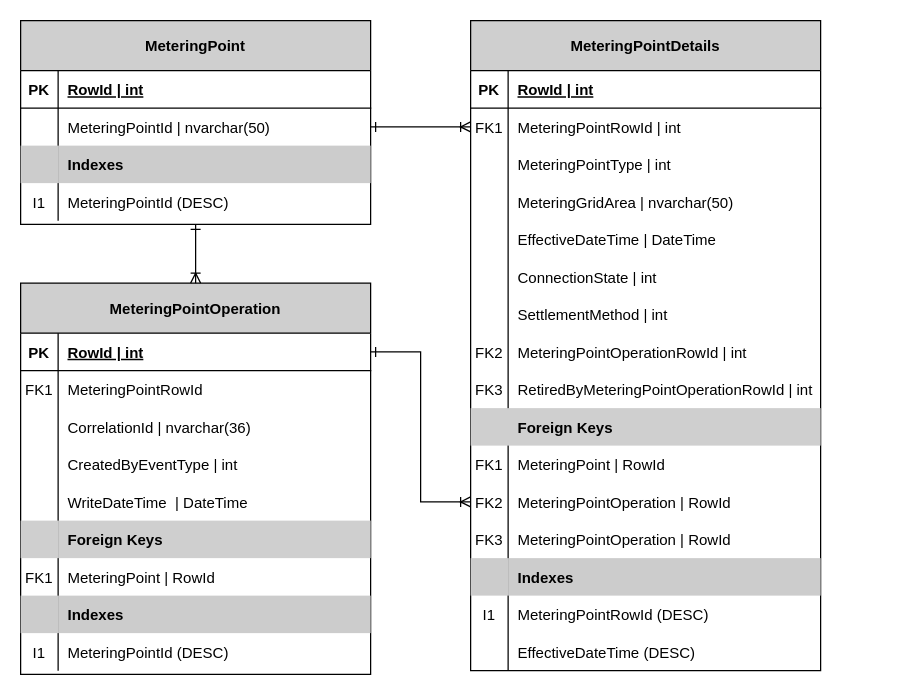
This is docs/data-models/MeteringPointDataModel.drawio from Energinet-DataHub/ARCHIVED-geh-charges, a draw.io file, before an edit. Source tidied: cells renumbered, new cells numbered last; positions are measured from the earlier drawing's top-left corner, leaving out a move shared by most shapes. Both pictures are drawn from the tidied source at 125%, with x=0, y=0 at pixel (20, 20).
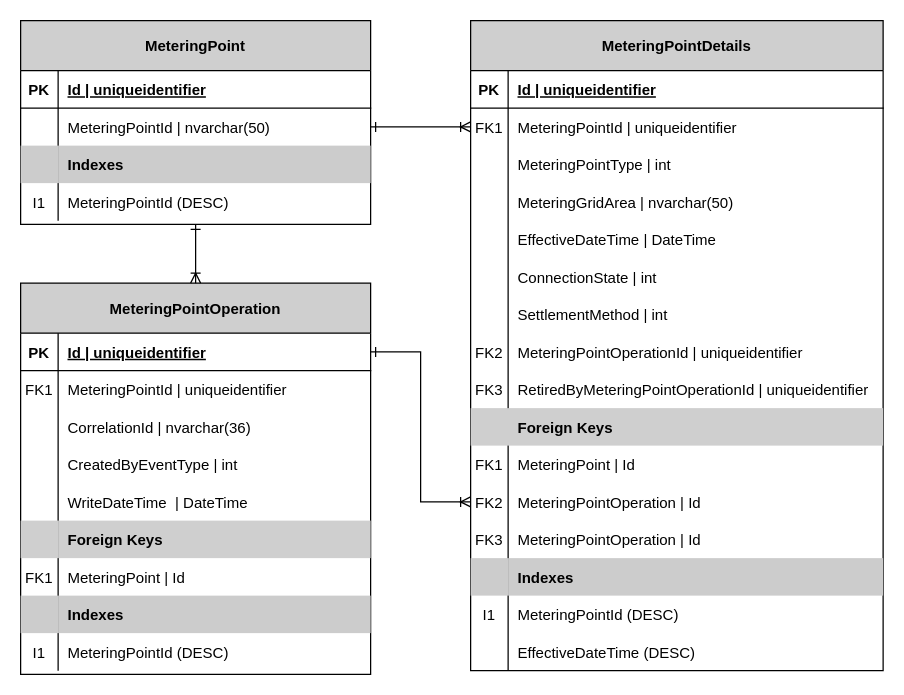
Above is the later version.

Commit message (it also covers changes not shown here):
Removed rowIds and changed int to uniqueidentifier

The change refers to these unchanged cells:
```xml
<mxCell id="3" style="shape=partialRectangle;fillColor=none;top=0;left=0;bottom=1;right=0;" parent="2" vertex="1">
  <mxGeometry y="40" width="280" height="30" as="geometry" />
</mxCell>
<mxCell id="67" style="shape=partialRectangle;fillColor=none;top=0;left=0;bottom=1;right=0;points=[[0,0.5],[1,0.5]];portConstraint=eastwest;" parent="66" vertex="1">
  <mxGeometry y="40" width="280" height="30" as="geometry" />
</mxCell>
<mxCell id="70" style="shape=partialRectangle;fillColor=none;top=0;left=0;bottom=0;right=0;" parent="66" vertex="1">
  <mxGeometry y="70" width="280" height="30" as="geometry" />
</mxCell>
<mxCell id="85" style="shape=partialRectangle;fillColor=none;top=0;left=0;bottom=0;right=0;" parent="66" vertex="1">
  <mxGeometry y="220" width="280" height="30" as="geometry" />
</mxCell>
```

Diff of the diagram source:
```diff
@@
-    <mxCell id="5" value="RowId | int" style="shape=partialRectangle;fillColor=none;top=0;left=0;bottom=0;right=0;align=left;spacingLeft=6;fontStyle=5;overflow=hidden;" parent="3" vertex="1">
+    <mxCell id="5" value="Id | uniqueidentifier" style="shape=partialRectangle;fillColor=none;top=0;left=0;bottom=0;right=0;align=left;spacingLeft=6;fontStyle=5;overflow=hidden;" parent="3" vertex="1">
       <mxGeometry x="30" width="250" height="30" as="geometry" />
     </mxCell>
@@
     <mxCell id="15" value="MeteringPointDetails" style="shape=table;startSize=40;childLayout=tableLayout;rowLines=0;fontStyle=1;align=center;fillColor=#CFCFCF;" parent="1" vertex="1">
-      <mxGeometry x="360" width="280" height="520" as="geometry" />
+      <mxGeometry x="360" width="330" height="520" as="geometry" />
     </mxCell>
     <mxCell id="16" style="shape=partialRectangle;fillColor=none;top=0;left=0;bottom=1;right=0;" parent="15" vertex="1">
-      <mxGeometry y="40" width="280" height="30" as="geometry" />
+      <mxGeometry y="40" width="330" height="30" as="geometry" />
     </mxCell>
@@
-    <mxCell id="18" value="RowId | int" style="shape=partialRectangle;fillColor=none;top=0;left=0;bottom=0;right=0;align=left;spacingLeft=6;fontStyle=5;overflow=hidden;" parent="16" vertex="1">
-      <mxGeometry x="30" width="250" height="30" as="geometry" />
+    <mxCell id="18" value="Id | uniqueidentifier" style="shape=partialRectangle;fillColor=none;top=0;left=0;bottom=0;right=0;align=left;spacingLeft=6;fontStyle=5;overflow=hidden;" parent="16" vertex="1">
+      <mxGeometry x="30" width="300" height="30" as="geometry" />
     </mxCell>
     <mxCell id="19" style="shape=partialRectangle;fillColor=none;top=0;left=0;bottom=0;right=0;points=[[0,0.5],[1,0.5]];portConstraint=eastwest;" parent="15" vertex="1">
-      <mxGeometry y="70" width="280" height="30" as="geometry" />
+      <mxGeometry y="70" width="330" height="30" as="geometry" />
     </mxCell>
@@
-    <mxCell id="21" value="MeteringPointRowId | int" style="shape=partialRectangle;fillColor=none;top=0;left=0;bottom=0;right=0;align=left;spacingLeft=6;overflow=hidden;" parent="19" vertex="1">
-      <mxGeometry x="30" width="250" height="30" as="geometry" />
+    <mxCell id="21" value="MeteringPointId | uniqueidentifier" style="shape=partialRectangle;fillColor=none;top=0;left=0;bottom=0;right=0;align=left;spacingLeft=6;overflow=hidden;" parent="19" vertex="1">
+      <mxGeometry x="30" width="300" height="30" as="geometry" />
     </mxCell>
     <mxCell id="22" style="shape=partialRectangle;fillColor=none;top=0;left=0;bottom=0;right=0;" parent="15" vertex="1">
-      <mxGeometry y="100" width="280" height="30" as="geometry" />
+      <mxGeometry y="100" width="330" height="30" as="geometry" />
     </mxCell>
@@
     <mxCell id="24" value="MeteringPointType | int" style="shape=partialRectangle;fillColor=none;top=0;left=0;bottom=0;right=0;align=left;spacingLeft=6;overflow=hidden;" parent="22" vertex="1">
-      <mxGeometry x="30" width="250" height="30" as="geometry" />
+      <mxGeometry x="30" width="300" height="30" as="geometry" />
     </mxCell>
     <mxCell id="25" style="shape=partialRectangle;fillColor=none;top=0;left=0;bottom=0;right=0;" parent="15" vertex="1">
-      <mxGeometry y="130" width="280" height="30" as="geometry" />
+      <mxGeometry y="130" width="330" height="30" as="geometry" />
     </mxCell>
@@
     <mxCell id="27" value="MeteringGridArea | nvarchar(50)" style="shape=partialRectangle;fillColor=none;top=0;left=0;bottom=0;right=0;align=left;spacingLeft=6;overflow=hidden;" parent="25" vertex="1">
-      <mxGeometry x="30" width="250" height="30" as="geometry" />
+      <mxGeometry x="30" width="300" height="30" as="geometry" />
     </mxCell>
     <mxCell id="28" style="shape=partialRectangle;fillColor=none;top=0;left=0;bottom=0;right=0;" parent="15" vertex="1">
-      <mxGeometry y="160" width="280" height="30" as="geometry" />
+      <mxGeometry y="160" width="330" height="30" as="geometry" />
     </mxCell>
@@
     <mxCell id="30" value="EffectiveDateTime | DateTime" style="shape=partialRectangle;fillColor=none;top=0;left=0;bottom=0;right=0;align=left;spacingLeft=6;overflow=hidden;fontStyle=0;" parent="28" vertex="1">
-      <mxGeometry x="30" width="250" height="30" as="geometry" />
+      <mxGeometry x="30" width="300" height="30" as="geometry" />
     </mxCell>
     <mxCell id="31" style="shape=partialRectangle;fillColor=none;top=0;left=0;bottom=0;right=0;" parent="15" vertex="1">
-      <mxGeometry y="190" width="280" height="30" as="geometry" />
+      <mxGeometry y="190" width="330" height="30" as="geometry" />
     </mxCell>
@@
     <mxCell id="33" value="ConnectionState | int" style="shape=partialRectangle;fillColor=none;top=0;left=0;bottom=0;right=0;align=left;spacingLeft=6;overflow=hidden;" parent="31" vertex="1">
-      <mxGeometry x="30" width="250" height="30" as="geometry" />
+      <mxGeometry x="30" width="300" height="30" as="geometry" />
     </mxCell>
     <mxCell id="34" style="shape=partialRectangle;fillColor=none;top=0;left=0;bottom=0;right=0;" parent="15" vertex="1">
-      <mxGeometry y="220" width="280" height="30" as="geometry" />
+      <mxGeometry y="220" width="330" height="30" as="geometry" />
     </mxCell>
@@
     <mxCell id="36" value="SettlementMethod | int" style="shape=partialRectangle;fillColor=none;top=0;left=0;bottom=0;right=0;align=left;spacingLeft=6;overflow=hidden;" parent="34" vertex="1">
-      <mxGeometry x="30" width="250" height="30" as="geometry" />
+      <mxGeometry x="30" width="300" height="30" as="geometry" />
     </mxCell>
     <mxCell id="37" style="shape=partialRectangle;fillColor=none;top=0;left=0;bottom=0;right=0;" parent="15" vertex="1">
-      <mxGeometry y="250" width="280" height="30" as="geometry" />
+      <mxGeometry y="250" width="330" height="30" as="geometry" />
     </mxCell>
@@
-    <mxCell id="39" value="MeteringPointOperationRowId | int" style="shape=partialRectangle;fillColor=none;top=0;left=0;bottom=0;right=0;align=left;spacingLeft=6;overflow=hidden;" parent="37" vertex="1">
-      <mxGeometry x="30" width="250" height="30" as="geometry" />
+    <mxCell id="39" value="MeteringPointOperationId | uniqueidentifier" style="shape=partialRectangle;fillColor=none;top=0;left=0;bottom=0;right=0;align=left;spacingLeft=6;overflow=hidden;" parent="37" vertex="1">
+      <mxGeometry x="30" width="300" height="30" as="geometry" />
     </mxCell>
     <mxCell id="40" style="shape=partialRectangle;fillColor=none;top=0;left=0;bottom=0;right=0;" parent="15" vertex="1">
-      <mxGeometry y="280" width="280" height="30" as="geometry" />
+      <mxGeometry y="280" width="330" height="30" as="geometry" />
     </mxCell>
@@
-    <mxCell id="42" value="RetiredByMeteringPointOperationRowId | int" style="shape=partialRectangle;fillColor=none;top=0;left=0;bottom=0;right=0;align=left;spacingLeft=6;overflow=hidden;" parent="40" vertex="1">
-      <mxGeometry x="30" width="250" height="30" as="geometry" />
+    <mxCell id="42" value="RetiredByMeteringPointOperationId | uniqueidentifier" style="shape=partialRectangle;fillColor=none;top=0;left=0;bottom=0;right=0;align=left;spacingLeft=6;overflow=hidden;" parent="40" vertex="1">
+      <mxGeometry x="30" width="300" height="30" as="geometry" />
     </mxCell>
     <mxCell id="43" style="shape=partialRectangle;top=0;left=0;bottom=0;right=0;strokeColor=#666666;fontColor=#333333;fillColor=#CFCFCF;" parent="15" vertex="1">
-      <mxGeometry y="310" width="280" height="30" as="geometry" />
+      <mxGeometry y="310" width="330" height="30" as="geometry" />
     </mxCell>
@@
     <mxCell id="45" value="Foreign Keys" style="shape=partialRectangle;fillColor=none;top=0;left=0;bottom=0;right=0;align=left;spacingLeft=6;overflow=hidden;fontStyle=1;" parent="43" vertex="1">
-      <mxGeometry x="30" width="250" height="30" as="geometry" />
+      <mxGeometry x="30" width="300" height="30" as="geometry" />
     </mxCell>
     <mxCell id="46" style="shape=partialRectangle;fillColor=none;top=0;left=0;bottom=0;right=0;" parent="15" vertex="1">
-      <mxGeometry y="340" width="280" height="30" as="geometry" />
+      <mxGeometry y="340" width="330" height="30" as="geometry" />
     </mxCell>
@@
-    <mxCell id="48" value="MeteringPoint | RowId" style="shape=partialRectangle;fillColor=none;top=0;left=0;bottom=0;right=0;align=left;spacingLeft=6;overflow=hidden;" parent="46" vertex="1">
-      <mxGeometry x="30" width="250" height="30" as="geometry" />
+    <mxCell id="48" value="MeteringPoint | Id" style="shape=partialRectangle;fillColor=none;top=0;left=0;bottom=0;right=0;align=left;spacingLeft=6;overflow=hidden;" parent="46" vertex="1">
+      <mxGeometry x="30" width="300" height="30" as="geometry" />
     </mxCell>
     <mxCell id="49" style="shape=partialRectangle;fillColor=none;top=0;left=0;bottom=0;right=0;points=[[0,0.5],[1,0.5]];portConstraint=eastwest;" parent="15" vertex="1">
-      <mxGeometry y="370" width="280" height="30" as="geometry" />
+      <mxGeometry y="370" width="330" height="30" as="geometry" />
     </mxCell>
@@
-    <mxCell id="51" value="MeteringPointOperation | RowId" style="shape=partialRectangle;fillColor=none;top=0;left=0;bottom=0;right=0;align=left;spacingLeft=6;overflow=hidden;" parent="49" vertex="1">
-      <mxGeometry x="30" width="250" height="30" as="geometry" />
+    <mxCell id="51" value="MeteringPointOperation | Id" style="shape=partialRectangle;fillColor=none;top=0;left=0;bottom=0;right=0;align=left;spacingLeft=6;overflow=hidden;" parent="49" vertex="1">
+      <mxGeometry x="30" width="300" height="30" as="geometry" />
     </mxCell>
     <mxCell id="52" style="shape=partialRectangle;fillColor=none;top=0;left=0;bottom=0;right=0;" parent="15" vertex="1">
-      <mxGeometry y="400" width="280" height="30" as="geometry" />
+      <mxGeometry y="400" width="330" height="30" as="geometry" />
     </mxCell>
@@
-    <mxCell id="54" value="MeteringPointOperation | RowId" style="shape=partialRectangle;fillColor=none;top=0;left=0;bottom=0;right=0;align=left;spacingLeft=6;overflow=hidden;" parent="52" vertex="1">
-      <mxGeometry x="30" width="250" height="30" as="geometry" />
+    <mxCell id="54" value="MeteringPointOperation | Id" style="shape=partialRectangle;fillColor=none;top=0;left=0;bottom=0;right=0;align=left;spacingLeft=6;overflow=hidden;" parent="52" vertex="1">
+      <mxGeometry x="30" width="300" height="30" as="geometry" />
     </mxCell>
     <mxCell id="55" style="shape=partialRectangle;top=0;left=0;bottom=0;right=0;strokeColor=#d6b656;fillColor=none;" parent="15" vertex="1">
-      <mxGeometry y="430" width="280" height="30" as="geometry" />
+      <mxGeometry y="430" width="330" height="30" as="geometry" />
     </mxCell>
@@
     <mxCell id="57" value="Indexes" style="shape=partialRectangle;top=0;left=0;bottom=0;right=0;align=left;spacingLeft=6;overflow=hidden;fillColor=#CCCCCC;fontStyle=1;" parent="55" vertex="1">
-      <mxGeometry x="30" width="250" height="30" as="geometry" />
+      <mxGeometry x="30" width="300" height="30" as="geometry" />
     </mxCell>
     <mxCell id="58" style="shape=partialRectangle;fillColor=none;top=0;left=0;bottom=0;right=0;" parent="15" vertex="1">
-      <mxGeometry y="460" width="280" height="30" as="geometry" />
+      <mxGeometry y="460" width="330" height="30" as="geometry" />
     </mxCell>
@@
-    <mxCell id="60" value="MeteringPointRowId (DESC)" style="shape=partialRectangle;fillColor=none;top=0;left=0;bottom=0;right=0;align=left;spacingLeft=6;overflow=hidden;" parent="58" vertex="1">
-      <mxGeometry x="30" width="250" height="30" as="geometry" />
+    <mxCell id="60" value="MeteringPointId (DESC)" style="shape=partialRectangle;fillColor=none;top=0;left=0;bottom=0;right=0;align=left;spacingLeft=6;overflow=hidden;" parent="58" vertex="1">
+      <mxGeometry x="30" width="300" height="30" as="geometry" />
     </mxCell>
     <mxCell id="61" style="shape=partialRectangle;fillColor=none;top=0;left=0;bottom=0;right=0;" parent="15" vertex="1">
-      <mxGeometry y="490" width="280" height="30" as="geometry" />
+      <mxGeometry y="490" width="330" height="30" as="geometry" />
     </mxCell>
@@
     <mxCell id="63" value="EffectiveDateTime (DESC)" style="shape=partialRectangle;fillColor=none;top=0;left=0;bottom=0;right=0;align=left;spacingLeft=6;overflow=hidden;" parent="61" vertex="1">
-      <mxGeometry x="30" width="250" height="30" as="geometry" />
+      <mxGeometry x="30" width="300" height="30" as="geometry" />
     </mxCell>
@@
-    <mxCell id="69" value="RowId | int" style="shape=partialRectangle;fillColor=none;top=0;left=0;bottom=0;right=0;align=left;spacingLeft=6;fontStyle=5;overflow=hidden;" parent="67" vertex="1">
+    <mxCell id="69" value="Id | uniqueidentifier" style="shape=partialRectangle;fillColor=none;top=0;left=0;bottom=0;right=0;align=left;spacingLeft=6;fontStyle=5;overflow=hidden;" parent="67" vertex="1">
       <mxGeometry x="30" width="250" height="30" as="geometry" />
     </mxCell>
@@
-    <mxCell id="72" value="MeteringPointRowId" style="shape=partialRectangle;fillColor=none;top=0;left=0;bottom=0;right=0;align=left;spacingLeft=6;overflow=hidden;" parent="70" vertex="1">
+    <mxCell id="72" value="MeteringPointId | uniqueidentifier" style="shape=partialRectangle;fillColor=none;top=0;left=0;bottom=0;right=0;align=left;spacingLeft=6;overflow=hidden;" parent="70" vertex="1">
       <mxGeometry x="30" width="250" height="30" as="geometry" />
     </mxCell>
@@
-    <mxCell id="87" value="MeteringPoint | RowId" style="shape=partialRectangle;fillColor=none;top=0;left=0;bottom=0;right=0;align=left;spacingLeft=6;overflow=hidden;" parent="85" vertex="1">
+    <mxCell id="87" value="MeteringPoint | Id" style="shape=partialRectangle;fillColor=none;top=0;left=0;bottom=0;right=0;align=left;spacingLeft=6;overflow=hidden;" parent="85" vertex="1">
       <mxGeometry x="30" width="250" height="30" as="geometry" />
     </mxCell>
```
